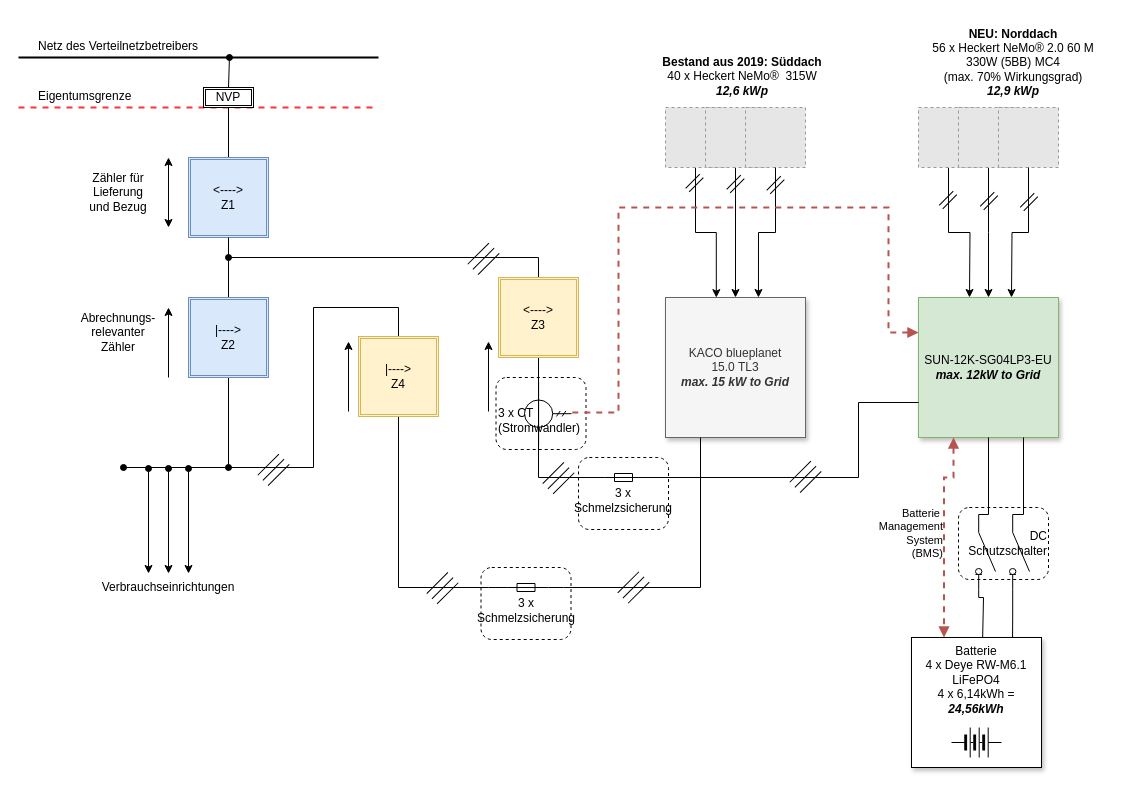
Earlier version of the draw.io diagram planung/images/pv-autark.drawio (rainerth/energetischesanierung). Source tidied: cells renumbered, new cells numbered last; positions are measured from the earlier drawing's top-left corner, leaving out a move shared by most shapes. Both pictures are drawn from the tidied source at 100%, with x=0, y=0 at pixel (88, -123). Pictures stored in the file or linked from it are replaced by grey dashed boxes.
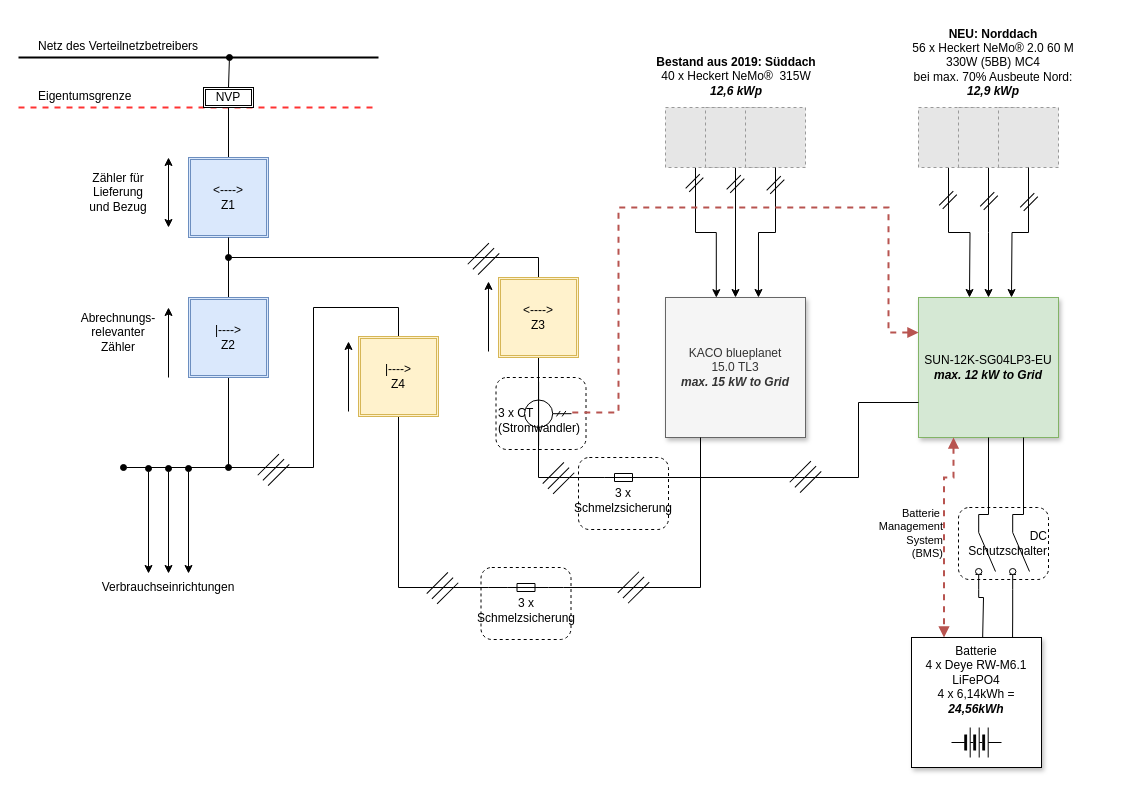
The same diagram, later.

The edit, as a diff of the source:
```diff
@@
-    <mxCell id="30" value="&lt;b&gt;NEU: Norddach&lt;/b&gt;&lt;br&gt;56 x Heckert NeMo® 2.0 60 M 330W (5BB) MC4&lt;br&gt;&lt;div&gt;(max. 70% Wirkungsgrad)&lt;br&gt;&lt;b&gt;&lt;i&gt;12,9 kWp&lt;/i&gt;&lt;/b&gt;&lt;br&gt;&lt;/div&gt;" style="text;html=1;align=center;verticalAlign=middle;whiteSpace=wrap;rounded=0;" parent="9" vertex="1">
-      <mxGeometry x="831" y="140" width="188" height="90" as="geometry" />
+    <mxCell id="30" value="&lt;b&gt;NEU: Norddach&lt;/b&gt;&lt;br&gt;56 x Heckert NeMo® 2.0 60 M 330W (5BB) MC4&lt;br&gt;&lt;div&gt;bei max. 70% Ausbeute Nord:&lt;br&gt;&lt;b&gt;&lt;i&gt;12,9 kWp&lt;/i&gt;&lt;/b&gt;&lt;br&gt;&lt;/div&gt;" style="text;html=1;align=center;verticalAlign=middle;whiteSpace=wrap;rounded=0;" parent="9" vertex="1">
+      <mxGeometry x="811" y="140" width="188" height="90" as="geometry" />
     </mxCell>
@@
-    <mxCell id="36" value="&lt;div&gt;SUN-12K-SG04LP3-EU&lt;/div&gt;&lt;div&gt;&lt;i&gt;&lt;b&gt;max. 12kW to Grid &lt;/b&gt;&lt;/i&gt;&lt;br&gt;&lt;/div&gt;" style="whiteSpace=wrap;html=1;shadow=1;fillColor=#d5e8d4;strokeColor=#82b366;" parent="34" vertex="1">
+    <mxCell id="36" value="&lt;div&gt;SUN-12K-SG04LP3-EU&lt;/div&gt;&lt;div&gt;&lt;i&gt;&lt;b&gt;max. 12 kW to Grid &lt;/b&gt;&lt;/i&gt;&lt;br&gt;&lt;/div&gt;" style="whiteSpace=wrap;html=1;shadow=1;fillColor=#d5e8d4;strokeColor=#82b366;" parent="34" vertex="1">
       <mxGeometry x="830" y="420" width="140" height="140" as="geometry" />
     </mxCell>
@@
     <mxCell id="43" value="&lt;b&gt;Bestand aus 2019: Süddach&lt;/b&gt;&lt;br&gt;40 x Heckert NeMo®&amp;nbsp; 315W&lt;br&gt;&lt;div&gt;&lt;b&gt;&lt;i&gt;12,6 kWp&lt;/i&gt;&lt;/b&gt;&lt;br&gt;&lt;/div&gt;" style="text;html=1;align=center;verticalAlign=middle;whiteSpace=wrap;rounded=0;" parent="34" vertex="1">
-      <mxGeometry x="560" y="169" width="188" height="60" as="geometry" />
+      <mxGeometry x="554" y="169" width="188" height="60" as="geometry" />
     </mxCell>
@@
     <mxCell id="67" style="endArrow=classic;startArrow=none;html=1;rounded=0;startFill=0;" parent="56" edge="1">
       <mxGeometry relative="1" as="geometry">
-        <mxPoint x="400" y="534" as="sourcePoint" />
-        <mxPoint x="400" y="464" as="targetPoint" />
+        <mxPoint x="400" y="474" as="sourcePoint" />
+        <mxPoint x="400" y="404" as="targetPoint" />
       </mxGeometry>
     </mxCell>
```
